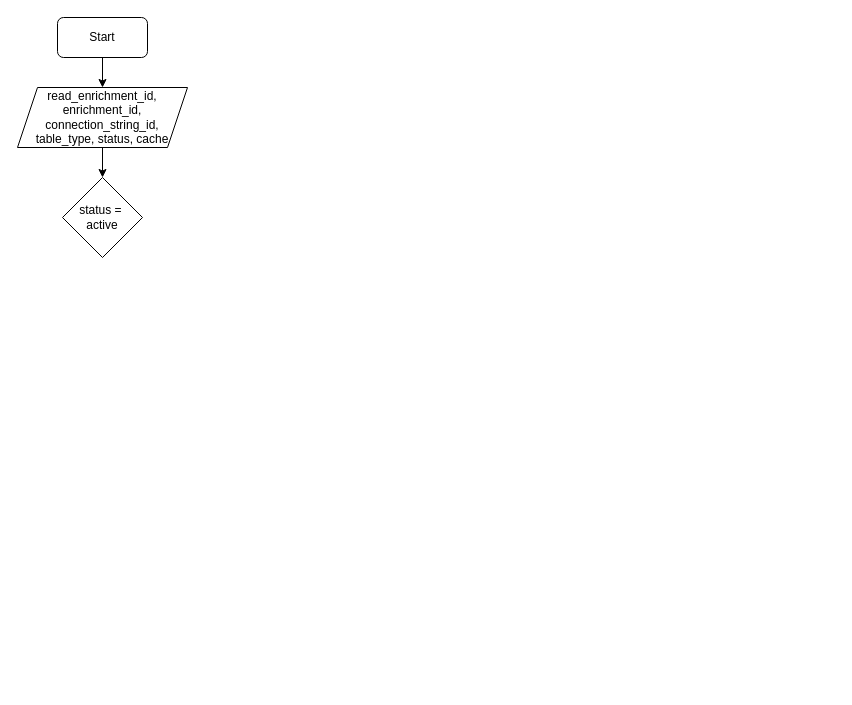
The draw.io diagram Untitled Diagram.drawio in praneethsai83/GenericProcessing, before the edit. Source tidied: cells renumbered, new cells numbered last; positions are measured from the earlier drawing's top-left corner, leaving out a move shared by most shapes. Both pictures are drawn from the tidied source at 100%, with x=0, y=0 at pixel (17, 17).
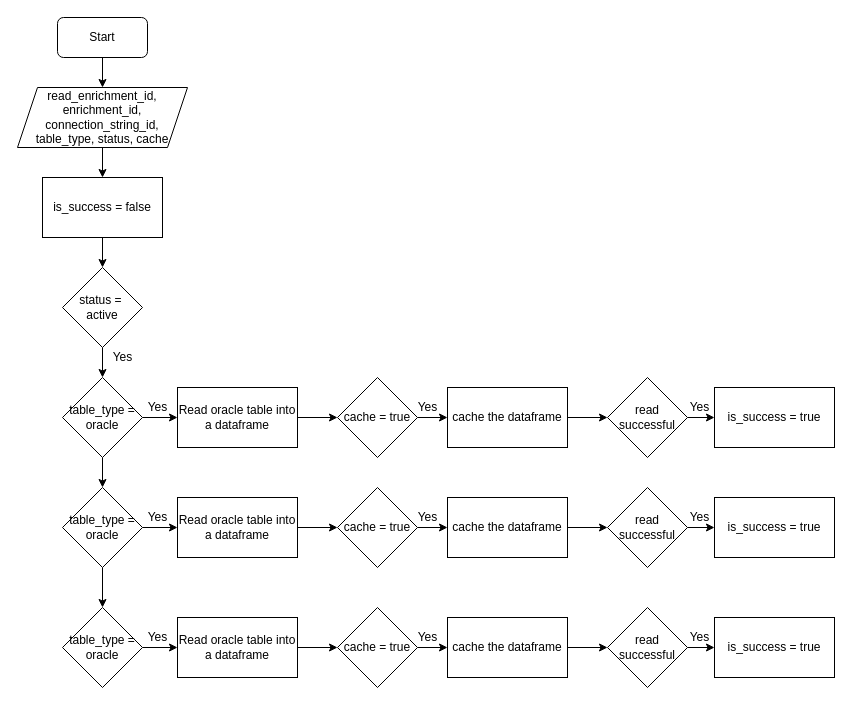
After the change.

The change refers to these unchanged cells:
```xml
<mxCell id="5" value="read_enrichment_id, enrichment_id, connection_string_id, table_type, status, cache" style="shape=parallelogram;perimeter=parallelogramPerimeter;whiteSpace=wrap;html=1;fixedSize=1;" parent="1" vertex="1">
  <mxGeometry y="70" width="170" height="60" as="geometry" />
</mxCell>
```

What changed in the source:
```diff
@@
-    <mxCell id="4" style="edgeStyle=orthogonalEdgeStyle;rounded=0;jettySize=auto;html=1;" parent="1" edge="1" source="5" target="6">
-      <mxGeometry relative="1" as="geometry" />
-    </mxCell>
+    <mxCell id="7" style="edgeStyle=orthogonalEdgeStyle;rounded=0;jettySize=auto;html=1;" parent="1" edge="1" source="5" target="10">
+      <mxGeometry relative="1" as="geometry" />
+    </mxCell>
@@
+    <mxCell id="8" style="edgeStyle=orthogonalEdgeStyle;rounded=0;jettySize=auto;html=1;" parent="1" edge="1" source="6" target="13">
+      <mxGeometry relative="1" as="geometry" />
+    </mxCell>
     <mxCell id="6" value="status =&amp;nbsp; active" style="rhombus;whiteSpace=wrap;html=1;" parent="1" vertex="1">
-      <mxGeometry x="45" y="160" width="80" height="80" as="geometry" />
+      <mxGeometry x="45" y="250" width="80" height="80" as="geometry" />
     </mxCell>
+    <mxCell id="9" style="edgeStyle=orthogonalEdgeStyle;rounded=0;jettySize=auto;html=1;" parent="1" edge="1" source="10" target="6">
+      <mxGeometry relative="1" as="geometry" />
+    </mxCell>
+    <mxCell id="10" value="is_success = false" style="whiteSpace=wrap;html=1;" parent="1" vertex="1">
+      <mxGeometry x="25" y="160" width="120" height="60" as="geometry" />
+    </mxCell>
+    <mxCell id="11" style="edgeStyle=orthogonalEdgeStyle;rounded=0;jettySize=auto;html=1;" parent="1" edge="1" source="13" target="16">
+      <mxGeometry relative="1" as="geometry" />
+    </mxCell>
+    <mxCell id="12" style="edgeStyle=orthogonalEdgeStyle;rounded=0;jettySize=auto;html=1;" parent="1" edge="1" source="13" target="29">
+      <mxGeometry relative="1" as="geometry" />
+    </mxCell>
+    <mxCell id="13" value="table_type = oracle" style="rhombus;whiteSpace=wrap;html=1;" parent="1" vertex="1">
+      <mxGeometry x="45" y="360" width="80" height="80" as="geometry" />
+    </mxCell>
+    <mxCell id="14" value="Yes" style="text;html=1;align=center;verticalAlign=middle;strokeColor=none;" parent="1" vertex="1">
+      <mxGeometry x="90" y="330" width="30" height="20" as="geometry" />
+    </mxCell>
+    <mxCell id="15" style="edgeStyle=orthogonalEdgeStyle;rounded=0;jettySize=auto;html=1;" parent="1" edge="1" source="16" target="19">
+      <mxGeometry relative="1" as="geometry" />
+    </mxCell>
+    <mxCell id="16" value="Read oracle table into a dataframe" style="whiteSpace=wrap;html=1;" parent="1" vertex="1">
+      <mxGeometry x="160" y="370" width="120" height="60" as="geometry" />
+    </mxCell>
+    <mxCell id="17" value="Yes" style="text;html=1;align=center;verticalAlign=middle;strokeColor=none;" parent="1" vertex="1">
+      <mxGeometry x="125" y="380" width="30" height="20" as="geometry" />
+    </mxCell>
+    <mxCell id="18" style="edgeStyle=orthogonalEdgeStyle;rounded=0;jettySize=auto;html=1;" parent="1" edge="1" source="19" target="21">
+      <mxGeometry relative="1" as="geometry" />
+    </mxCell>
+    <mxCell id="19" value="cache = true" style="rhombus;whiteSpace=wrap;html=1;" parent="1" vertex="1">
+      <mxGeometry x="320" y="360" width="80" height="80" as="geometry" />
+    </mxCell>
+    <mxCell id="20" style="edgeStyle=orthogonalEdgeStyle;rounded=0;jettySize=auto;html=1;" parent="1" edge="1" source="21" target="24">
+      <mxGeometry relative="1" as="geometry" />
+    </mxCell>
+    <mxCell id="21" value="cache the dataframe" style="whiteSpace=wrap;html=1;" parent="1" vertex="1">
+      <mxGeometry x="430" y="370" width="120" height="60" as="geometry" />
+    </mxCell>
+    <mxCell id="22" value="Yes" style="text;html=1;align=center;verticalAlign=middle;strokeColor=none;" parent="1" vertex="1">
+      <mxGeometry x="395" y="380" width="30" height="20" as="geometry" />
+    </mxCell>
+    <mxCell id="23" style="edgeStyle=orthogonalEdgeStyle;rounded=0;jettySize=auto;html=1;" parent="1" edge="1" source="24" target="25">
+      <mxGeometry relative="1" as="geometry" />
+    </mxCell>
+    <mxCell id="24" value="read successful" style="rhombus;whiteSpace=wrap;html=1;" parent="1" vertex="1">
+      <mxGeometry x="590" y="360" width="80" height="80" as="geometry" />
+    </mxCell>
+    <mxCell id="25" value="is_success = true" style="whiteSpace=wrap;html=1;" parent="1" vertex="1">
+      <mxGeometry x="697" y="370" width="120" height="60" as="geometry" />
+    </mxCell>
+    <mxCell id="26" value="Yes" style="text;html=1;align=center;verticalAlign=middle;strokeColor=none;" parent="1" vertex="1">
+      <mxGeometry x="667" y="380" width="30" height="20" as="geometry" />
+    </mxCell>
+    <mxCell id="27" style="edgeStyle=orthogonalEdgeStyle;rounded=0;jettySize=auto;html=1;" parent="1" edge="1" source="29" target="31">
+      <mxGeometry relative="1" as="geometry" />
+    </mxCell>
+    <mxCell id="28" style="edgeStyle=orthogonalEdgeStyle;rounded=0;jettySize=auto;html=1;" parent="1" edge="1" source="29" target="43">
+      <mxGeometry relative="1" as="geometry" />
+    </mxCell>
+    <mxCell id="29" value="table_type = oracle" style="rhombus;whiteSpace=wrap;html=1;" parent="1" vertex="1">
+      <mxGeometry x="45" y="470" width="80" height="80" as="geometry" />
+    </mxCell>
+    <mxCell id="30" style="edgeStyle=orthogonalEdgeStyle;rounded=0;jettySize=auto;html=1;" parent="1" edge="1" source="31" target="34">
+      <mxGeometry relative="1" as="geometry" />
+    </mxCell>
+    <mxCell id="31" value="Read oracle table into a dataframe" style="whiteSpace=wrap;html=1;" parent="1" vertex="1">
+      <mxGeometry x="160" y="480" width="120" height="60" as="geometry" />
+    </mxCell>
+    <mxCell id="32" value="Yes" style="text;html=1;align=center;verticalAlign=middle;strokeColor=none;" parent="1" vertex="1">
+      <mxGeometry x="125" y="490" width="30" height="20" as="geometry" />
+    </mxCell>
+    <mxCell id="33" style="edgeStyle=orthogonalEdgeStyle;rounded=0;jettySize=auto;html=1;" parent="1" edge="1" source="34" target="36">
+      <mxGeometry relative="1" as="geometry" />
+    </mxCell>
+    <mxCell id="34" value="cache = true" style="rhombus;whiteSpace=wrap;html=1;" parent="1" vertex="1">
+      <mxGeometry x="320" y="470" width="80" height="80" as="geometry" />
+    </mxCell>
+    <mxCell id="35" style="edgeStyle=orthogonalEdgeStyle;rounded=0;jettySize=auto;html=1;" parent="1" edge="1" source="36" target="39">
+      <mxGeometry relative="1" as="geometry" />
+    </mxCell>
+    <mxCell id="36" value="cache the dataframe" style="whiteSpace=wrap;html=1;" parent="1" vertex="1">
+      <mxGeometry x="430" y="480" width="120" height="60" as="geometry" />
+    </mxCell>
+    <mxCell id="37" value="Yes" style="text;html=1;align=center;verticalAlign=middle;strokeColor=none;" parent="1" vertex="1">
+      <mxGeometry x="395" y="490" width="30" height="20" as="geometry" />
+    </mxCell>
+    <mxCell id="38" style="edgeStyle=orthogonalEdgeStyle;rounded=0;jettySize=auto;html=1;" parent="1" edge="1" source="39" target="40">
+      <mxGeometry relative="1" as="geometry" />
+    </mxCell>
+    <mxCell id="39" value="read successful" style="rhombus;whiteSpace=wrap;html=1;" parent="1" vertex="1">
+      <mxGeometry x="590" y="470" width="80" height="80" as="geometry" />
+    </mxCell>
+    <mxCell id="40" value="is_success = true" style="whiteSpace=wrap;html=1;" parent="1" vertex="1">
+      <mxGeometry x="697" y="480" width="120" height="60" as="geometry" />
+    </mxCell>
+    <mxCell id="41" value="Yes" style="text;html=1;align=center;verticalAlign=middle;strokeColor=none;" parent="1" vertex="1">
+      <mxGeometry x="667" y="490" width="30" height="20" as="geometry" />
+    </mxCell>
+    <mxCell id="42" style="edgeStyle=orthogonalEdgeStyle;rounded=0;jettySize=auto;html=1;" parent="1" edge="1" source="43" target="45">
+      <mxGeometry relative="1" as="geometry" />
+    </mxCell>
+    <mxCell id="43" value="table_type = oracle" style="rhombus;whiteSpace=wrap;html=1;" parent="1" vertex="1">
+      <mxGeometry x="45" y="590" width="80" height="80" as="geometry" />
+    </mxCell>
+    <mxCell id="44" style="edgeStyle=orthogonalEdgeStyle;rounded=0;jettySize=auto;html=1;" parent="1" edge="1" source="45" target="48">
+      <mxGeometry relative="1" as="geometry" />
+    </mxCell>
+    <mxCell id="45" value="Read oracle table into a dataframe" style="whiteSpace=wrap;html=1;" parent="1" vertex="1">
+      <mxGeometry x="160" y="600" width="120" height="60" as="geometry" />
+    </mxCell>
+    <mxCell id="46" value="Yes" style="text;html=1;align=center;verticalAlign=middle;strokeColor=none;" parent="1" vertex="1">
+      <mxGeometry x="125" y="610" width="30" height="20" as="geometry" />
+    </mxCell>
+    <mxCell id="47" style="edgeStyle=orthogonalEdgeStyle;rounded=0;jettySize=auto;html=1;" parent="1" edge="1" source="48" target="50">
+      <mxGeometry relative="1" as="geometry" />
+    </mxCell>
+    <mxCell id="48" value="cache = true" style="rhombus;whiteSpace=wrap;html=1;" parent="1" vertex="1">
+      <mxGeometry x="320" y="590" width="80" height="80" as="geometry" />
+    </mxCell>
+    <mxCell id="49" style="edgeStyle=orthogonalEdgeStyle;rounded=0;jettySize=auto;html=1;" parent="1" edge="1" source="50" target="53">
+      <mxGeometry relative="1" as="geometry" />
+    </mxCell>
+    <mxCell id="50" value="cache the dataframe" style="whiteSpace=wrap;html=1;" parent="1" vertex="1">
+      <mxGeometry x="430" y="600" width="120" height="60" as="geometry" />
+    </mxCell>
+    <mxCell id="51" value="Yes" style="text;html=1;align=center;verticalAlign=middle;strokeColor=none;" parent="1" vertex="1">
+      <mxGeometry x="395" y="610" width="30" height="20" as="geometry" />
+    </mxCell>
+    <mxCell id="52" style="edgeStyle=orthogonalEdgeStyle;rounded=0;jettySize=auto;html=1;" parent="1" edge="1" source="53" target="54">
+      <mxGeometry relative="1" as="geometry" />
+    </mxCell>
+    <mxCell id="53" value="read successful" style="rhombus;whiteSpace=wrap;html=1;" parent="1" vertex="1">
+      <mxGeometry x="590" y="590" width="80" height="80" as="geometry" />
+    </mxCell>
+    <mxCell id="54" value="is_success = true" style="whiteSpace=wrap;html=1;" parent="1" vertex="1">
+      <mxGeometry x="697" y="600" width="120" height="60" as="geometry" />
+    </mxCell>
+    <mxCell id="55" value="Yes" style="text;html=1;align=center;verticalAlign=middle;strokeColor=none;" parent="1" vertex="1">
+      <mxGeometry x="667" y="610" width="30" height="20" as="geometry" />
+    </mxCell>
```
